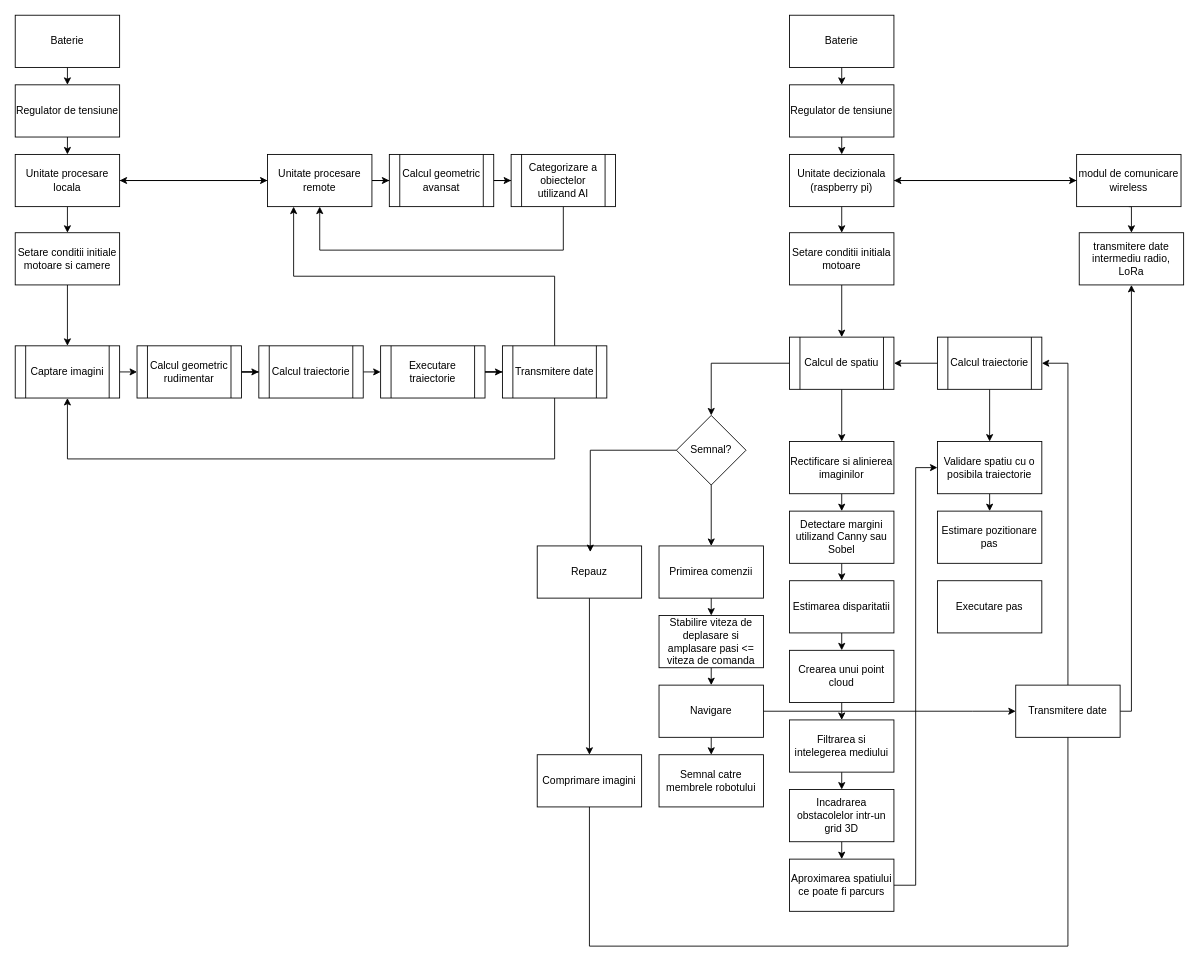
The draw.io diagram schema-concept.drawio in PumpKPie/quadruped-development, before the edit. Source tidied: cells renumbered, new cells numbered last; positions are measured from the earlier drawing's top-left corner, leaving out a move shared by most shapes. Both pictures are drawn from the tidied source at 87%, with x=0, y=0 at pixel (15, 15).
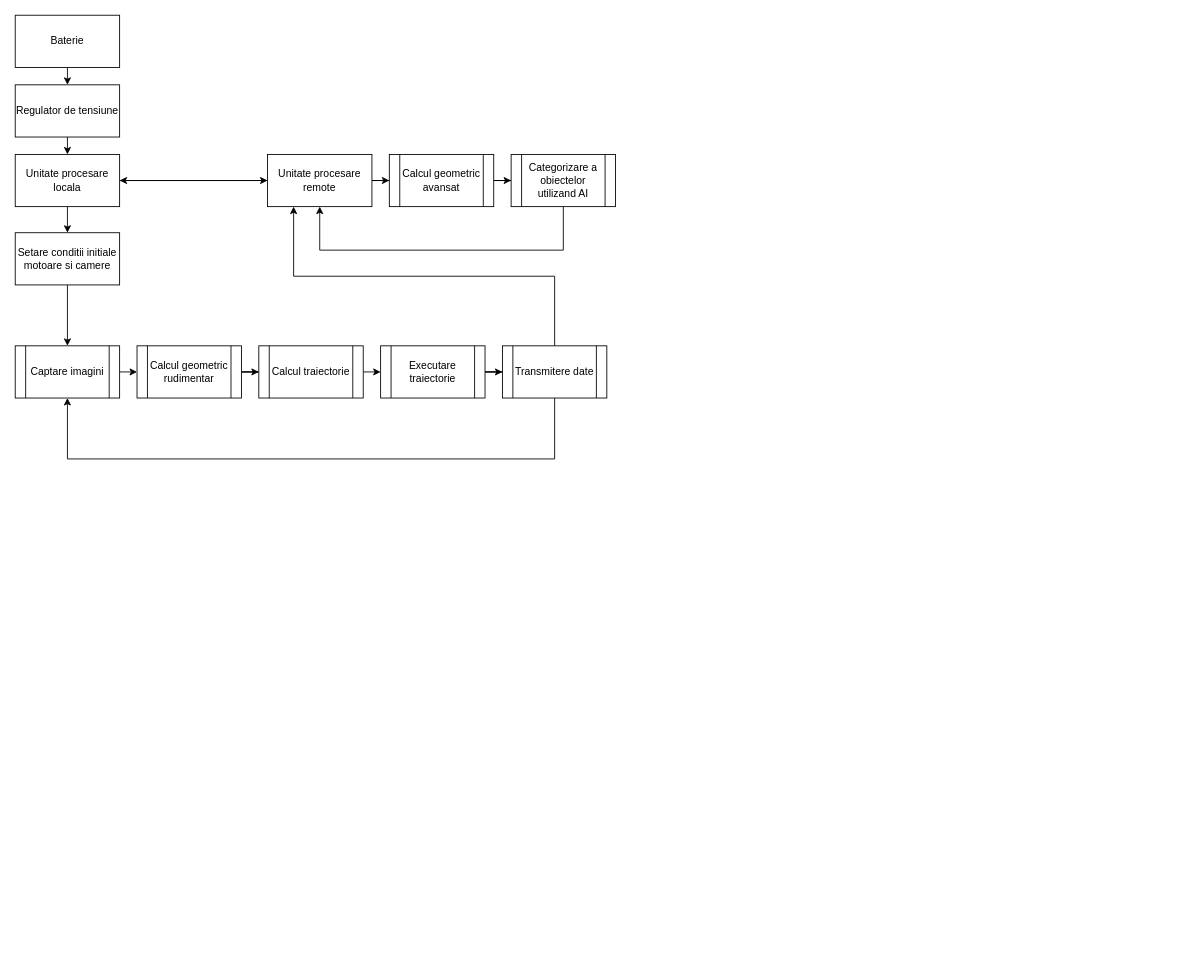
The same diagram, later.

What changed in the source:
```diff
@@
-    <mxCell id="2" style="edgeStyle=orthogonalEdgeStyle;rounded=0;jettySize=auto;html=1;exitX=0.5;exitY=1;exitDx=0;exitDy=0;entryX=0.5;entryY=0;entryDx=0;entryDy=0;" parent="1" edge="1" source="4" target="43">
-      <mxGeometry relative="1" as="geometry" />
-    </mxCell>
-    <mxCell id="3" style="edgeStyle=orthogonalEdgeStyle;rounded=0;jettySize=auto;html=1;exitX=1;exitY=0.5;exitDx=0;exitDy=0;entryX=0;entryY=0.5;entryDx=0;entryDy=0;" parent="1" edge="1" source="4" target="36">
-      <mxGeometry relative="1" as="geometry" />
-    </mxCell>
-    <mxCell id="4" value="Unitate decizionala (raspberry pi)" style="rounded=0;whiteSpace=wrap;html=1;" parent="1" vertex="1">
-      <mxGeometry x="890" y="160" width="120" height="60" as="geometry" />
-    </mxCell>
-    <mxCell id="5" style="edgeStyle=orthogonalEdgeStyle;rounded=0;jettySize=auto;html=1;exitX=0.5;exitY=1;exitDx=0;exitDy=0;entryX=0.5;entryY=0;entryDx=0;entryDy=0;" parent="1" edge="1" source="6" target="8">
-      <mxGeometry relative="1" as="geometry" />
-    </mxCell>
-    <mxCell id="6" value="Rectificare si alinierea imaginilor" style="rounded=0;whiteSpace=wrap;html=1;" parent="1" vertex="1">
-      <mxGeometry x="890" y="490" width="120" height="60" as="geometry" />
-    </mxCell>
-    <mxCell id="7" style="edgeStyle=orthogonalEdgeStyle;rounded=0;jettySize=auto;html=1;exitX=0.5;exitY=1;exitDx=0;exitDy=0;entryX=0.5;entryY=0;entryDx=0;entryDy=0;" parent="1" edge="1" source="8" target="10">
-      <mxGeometry relative="1" as="geometry" />
-    </mxCell>
-    <mxCell id="8" value="Detectare margini utilizand Canny sau Sobel" style="rounded=0;whiteSpace=wrap;html=1;" parent="1" vertex="1">
-      <mxGeometry x="890" y="570" width="120" height="60" as="geometry" />
-    </mxCell>
-    <mxCell id="9" style="edgeStyle=orthogonalEdgeStyle;rounded=0;jettySize=auto;html=1;exitX=0.5;exitY=1;exitDx=0;exitDy=0;entryX=0.5;entryY=0;entryDx=0;entryDy=0;" parent="1" edge="1" source="10" target="12">
-      <mxGeometry relative="1" as="geometry" />
-    </mxCell>
-    <mxCell id="10" value="Estimarea disparitatii" style="rounded=0;whiteSpace=wrap;html=1;" parent="1" vertex="1">
-      <mxGeometry x="890" y="650" width="120" height="60" as="geometry" />
-    </mxCell>
-    <mxCell id="11" style="edgeStyle=orthogonalEdgeStyle;rounded=0;jettySize=auto;html=1;exitX=0.5;exitY=1;exitDx=0;exitDy=0;entryX=0.5;entryY=0;entryDx=0;entryDy=0;" parent="1" edge="1" source="12" target="14">
-      <mxGeometry relative="1" as="geometry" />
-    </mxCell>
-    <mxCell id="12" value="Crearea unui point cloud" style="rounded=0;whiteSpace=wrap;html=1;" parent="1" vertex="1">
-      <mxGeometry x="890" y="730" width="120" height="60" as="geometry" />
-    </mxCell>
-    <mxCell id="13" style="edgeStyle=orthogonalEdgeStyle;rounded=0;jettySize=auto;html=1;exitX=0.5;exitY=1;exitDx=0;exitDy=0;entryX=0.5;entryY=0;entryDx=0;entryDy=0;" parent="1" edge="1" source="14" target="16">
-      <mxGeometry relative="1" as="geometry" />
-    </mxCell>
-    <mxCell id="14" value="Filtrarea si intelegerea mediului" style="rounded=0;whiteSpace=wrap;html=1;" parent="1" vertex="1">
-      <mxGeometry x="890" y="810" width="120" height="60" as="geometry" />
-    </mxCell>
-    <mxCell id="15" style="edgeStyle=orthogonalEdgeStyle;rounded=0;jettySize=auto;html=1;exitX=0.5;exitY=1;exitDx=0;exitDy=0;entryX=0.5;entryY=0;entryDx=0;entryDy=0;" parent="1" edge="1" source="16" target="18">
-      <mxGeometry relative="1" as="geometry" />
-    </mxCell>
-    <mxCell id="16" value="Incadrarea obstacolelor intr-un grid 3D" style="rounded=0;whiteSpace=wrap;html=1;" parent="1" vertex="1">
-      <mxGeometry x="890" y="890" width="120" height="60" as="geometry" />
-    </mxCell>
-    <mxCell id="17" style="edgeStyle=orthogonalEdgeStyle;rounded=0;jettySize=auto;html=1;exitX=1;exitY=0.5;exitDx=0;exitDy=0;entryX=0;entryY=0.5;entryDx=0;entryDy=0;" parent="1" edge="1" source="18" target="54">
-      <mxGeometry relative="1" as="geometry" />
-    </mxCell>
-    <mxCell id="18" value="Aproximarea spatiului ce poate fi parcurs" style="rounded=0;whiteSpace=wrap;html=1;" parent="1" vertex="1">
-      <mxGeometry x="890" y="970" width="120" height="60" as="geometry" />
-    </mxCell>
-    <mxCell id="19" style="edgeStyle=orthogonalEdgeStyle;rounded=0;jettySize=auto;html=1;exitX=0.5;exitY=1;exitDx=0;exitDy=0;entryX=0.5;entryY=0;entryDx=0;entryDy=0;" parent="1" edge="1" source="20" target="41">
-      <mxGeometry relative="1" as="geometry" />
-    </mxCell>
-    <mxCell id="20" value="Primirea comenzii" style="rounded=0;whiteSpace=wrap;html=1;" parent="1" vertex="1">
-      <mxGeometry x="740" y="610" width="120" height="60" as="geometry" />
-    </mxCell>
-    <mxCell id="21" style="edgeStyle=orthogonalEdgeStyle;rounded=0;jettySize=auto;html=1;exitX=0.5;exitY=1;exitDx=0;exitDy=0;entryX=0.5;entryY=0;entryDx=0;entryDy=0;" parent="1" edge="1" source="23" target="24">
-      <mxGeometry relative="1" as="geometry" />
-    </mxCell>
-    <mxCell id="22" style="edgeStyle=orthogonalEdgeStyle;rounded=0;jettySize=auto;html=1;exitX=1;exitY=0.5;exitDx=0;exitDy=0;entryX=0;entryY=0.5;entryDx=0;entryDy=0;" parent="1" edge="1" source="23" target="46">
-      <mxGeometry relative="1" as="geometry">
-        <Array as="points">
-          <mxPoint x="1100" y="800" />
-          <mxPoint x="1100" y="800" />
-        </Array>
-      </mxGeometry>
-    </mxCell>
-    <mxCell id="23" value="Navigare" style="rounded=0;whiteSpace=wrap;html=1;" parent="1" vertex="1">
-      <mxGeometry x="740" y="770" width="120" height="60" as="geometry" />
-    </mxCell>
-    <mxCell id="24" value="Semnal catre membrele robotului" style="rounded=0;whiteSpace=wrap;html=1;" parent="1" vertex="1">
-      <mxGeometry x="740" y="850" width="120" height="60" as="geometry" />
-    </mxCell>
-    <mxCell id="25" style="edgeStyle=orthogonalEdgeStyle;rounded=0;jettySize=auto;html=1;exitX=0.5;exitY=1;exitDx=0;exitDy=0;entryX=0.5;entryY=0;entryDx=0;entryDy=0;" parent="1" edge="1" source="26" target="20">
-      <mxGeometry relative="1" as="geometry" />
-    </mxCell>
-    <mxCell id="26" value="Semnal?" style="rhombus;whiteSpace=wrap;html=1;" parent="1" vertex="1">
-      <mxGeometry x="760" y="460" width="80" height="80" as="geometry" />
-    </mxCell>
-    <mxCell id="27" style="edgeStyle=orthogonalEdgeStyle;rounded=0;jettySize=auto;html=1;exitX=0.5;exitY=1;exitDx=0;exitDy=0;entryX=0.5;entryY=0;entryDx=0;entryDy=0;" parent="1" edge="1" source="28" target="31">
-      <mxGeometry relative="1" as="geometry" />
-    </mxCell>
-    <mxCell id="28" value="Repauz" style="rounded=0;whiteSpace=wrap;html=1;" parent="1" vertex="1">
-      <mxGeometry x="600" y="610" width="120" height="60" as="geometry" />
-    </mxCell>
-    <mxCell id="29" style="edgeStyle=orthogonalEdgeStyle;rounded=0;jettySize=auto;html=1;exitX=0;exitY=0.5;exitDx=0;exitDy=0;entryX=0.508;entryY=0.117;entryDx=0;entryDy=0;entryPerimeter=0;" parent="1" edge="1" source="26" target="28">
-      <mxGeometry relative="1" as="geometry" />
+    <mxCell id="29" style="edgeStyle=orthogonalEdgeStyle;rounded=0;orthogonalLoop=1;jettySize=auto;html=1;exitX=0;exitY=0.5;exitDx=0;exitDy=0;entryX=0.508;entryY=0.117;entryDx=0;entryDy=0;entryPerimeter=0;" parent="1" edge="1">
+      <mxGeometry relative="1" as="geometry">
+        <mxPoint x="90" y="480" as="sourcePoint" />
+      </mxGeometry>
     </mxCell>
-    <mxCell id="30" style="edgeStyle=orthogonalEdgeStyle;rounded=0;orthogonalLoop=1;jettySize=auto;html=1;exitX=0.5;exitY=1;exitDx=0;exitDy=0;entryX=0.5;entryY=1;entryDx=0;entryDy=0;" parent="1" edge="1">
-      <mxGeometry relative="1" as="geometry">
-        <mxPoint x="660" y="880" as="sourcePoint" />
-        <mxPoint x="1210" y="800" as="targetPoint" />
-        <Array as="points">
-          <mxPoint x="660" y="1070" />
-          <mxPoint x="1210" y="1070" />
-        </Array>
-      </mxGeometry>
-    </mxCell>
-    <mxCell id="31" value="Comprimare imagini" style="rounded=0;whiteSpace=wrap;html=1;" parent="1" vertex="1">
-      <mxGeometry x="600" y="850" width="120" height="60" as="geometry" />
-    </mxCell>
-    <mxCell id="32" style="edgeStyle=orthogonalEdgeStyle;rounded=0;jettySize=auto;html=1;exitX=0.5;exitY=1;exitDx=0;exitDy=0;entryX=0.5;entryY=0;entryDx=0;entryDy=0;" parent="1" edge="1" source="33" target="38">
-      <mxGeometry relative="1" as="geometry" />
-    </mxCell>
-    <mxCell id="33" value="Baterie" style="rounded=0;whiteSpace=wrap;html=1;" parent="1" vertex="1">
-      <mxGeometry x="890" width="120" height="60" as="geometry" />
-    </mxCell>
-    <mxCell id="34" style="edgeStyle=orthogonalEdgeStyle;rounded=0;jettySize=auto;html=1;exitX=0.5;exitY=1;exitDx=0;exitDy=0;entryX=0.5;entryY=0;entryDx=0;entryDy=0;" parent="1" edge="1" source="36" target="39">
-      <mxGeometry relative="1" as="geometry" />
-    </mxCell>
-    <mxCell id="35" style="edgeStyle=orthogonalEdgeStyle;rounded=0;jettySize=auto;html=1;exitX=0;exitY=0.5;exitDx=0;exitDy=0;entryX=1;entryY=0.5;entryDx=0;entryDy=0;" parent="1" edge="1" source="36" target="4">
-      <mxGeometry relative="1" as="geometry" />
-    </mxCell>
-    <mxCell id="36" value="modul de comunicare wireless" style="rounded=0;whiteSpace=wrap;html=1;" parent="1" vertex="1">
-      <mxGeometry x="1220" y="160" width="120" height="60" as="geometry" />
-    </mxCell>
-    <mxCell id="37" style="edgeStyle=orthogonalEdgeStyle;rounded=0;jettySize=auto;html=1;exitX=0.5;exitY=1;exitDx=0;exitDy=0;entryX=0.5;entryY=0;entryDx=0;entryDy=0;" parent="1" edge="1" source="38" target="4">
-      <mxGeometry relative="1" as="geometry" />
-    </mxCell>
-    <mxCell id="38" value="Regulator de tensiune" style="rounded=0;whiteSpace=wrap;html=1;" parent="1" vertex="1">
-      <mxGeometry x="890" y="80" width="120" height="60" as="geometry" />
-    </mxCell>
-    <mxCell id="39" value="transmitere date intermediu radio, LoRa" style="rounded=0;whiteSpace=wrap;html=1;" parent="1" vertex="1">
-      <mxGeometry x="1223" y="250" width="120" height="60" as="geometry" />
-    </mxCell>
-    <mxCell id="40" style="edgeStyle=orthogonalEdgeStyle;rounded=0;jettySize=auto;html=1;exitX=0.5;exitY=1;exitDx=0;exitDy=0;entryX=0.5;entryY=0;entryDx=0;entryDy=0;" parent="1" edge="1" source="41" target="23">
-      <mxGeometry relative="1" as="geometry" />
-    </mxCell>
-    <mxCell id="41" value="Stabilire viteza de deplasare si amplasare pasi &amp;lt;= viteza de comanda" style="rounded=0;whiteSpace=wrap;html=1;" parent="1" vertex="1">
-      <mxGeometry x="740" y="690" width="120" height="60" as="geometry" />
-    </mxCell>
-    <mxCell id="42" style="edgeStyle=orthogonalEdgeStyle;rounded=0;jettySize=auto;html=1;exitX=0.5;exitY=1;exitDx=0;exitDy=0;entryX=0.5;entryY=0;entryDx=0;entryDy=0;" parent="1" edge="1" source="43" target="52">
-      <mxGeometry relative="1" as="geometry" />
-    </mxCell>
-    <mxCell id="43" value="Setare conditii initiala motoare" style="rounded=0;whiteSpace=wrap;html=1;" parent="1" vertex="1">
-      <mxGeometry x="890" y="250" width="120" height="60" as="geometry" />
-    </mxCell>
-    <mxCell id="44" style="edgeStyle=orthogonalEdgeStyle;rounded=0;jettySize=auto;html=1;exitX=0.5;exitY=0;exitDx=0;exitDy=0;entryX=1;entryY=0.5;entryDx=0;entryDy=0;" parent="1" edge="1" source="46" target="49">
-      <mxGeometry relative="1" as="geometry">
-        <Array as="points">
-          <mxPoint x="1210" y="400" />
-        </Array>
-      </mxGeometry>
-    </mxCell>
-    <mxCell id="45" style="edgeStyle=orthogonalEdgeStyle;rounded=0;jettySize=auto;html=1;exitX=1;exitY=0.5;exitDx=0;exitDy=0;entryX=0.5;entryY=1;entryDx=0;entryDy=0;" parent="1" edge="1" source="46" target="39">
-      <mxGeometry relative="1" as="geometry">
-        <Array as="points">
-          <mxPoint x="1283" y="800" />
-        </Array>
-      </mxGeometry>
-    </mxCell>
-    <mxCell id="46" value="Transmitere date" style="rounded=0;whiteSpace=wrap;html=1;" parent="1" vertex="1">
-      <mxGeometry x="1150" y="770" width="120" height="60" as="geometry" />
-    </mxCell>
-    <mxCell id="47" style="edgeStyle=orthogonalEdgeStyle;rounded=0;jettySize=auto;html=1;exitX=0;exitY=0.5;exitDx=0;exitDy=0;entryX=1;entryY=0.5;entryDx=0;entryDy=0;" parent="1" edge="1" source="49" target="52">
-      <mxGeometry relative="1" as="geometry" />
-    </mxCell>
-    <mxCell id="48" style="edgeStyle=orthogonalEdgeStyle;rounded=0;jettySize=auto;html=1;exitX=0.5;exitY=1;exitDx=0;exitDy=0;entryX=0.5;entryY=0;entryDx=0;entryDy=0;" parent="1" edge="1" source="49" target="54">
-      <mxGeometry relative="1" as="geometry" />
-    </mxCell>
-    <mxCell id="49" value="Calcul traiectorie" style="shape=process;whiteSpace=wrap;html=1;backgroundOutline=1;" parent="1" vertex="1">
-      <mxGeometry x="1060" y="370" width="120" height="60" as="geometry" />
-    </mxCell>
-    <mxCell id="50" style="edgeStyle=orthogonalEdgeStyle;rounded=0;jettySize=auto;html=1;exitX=0.5;exitY=1;exitDx=0;exitDy=0;entryX=0.5;entryY=0;entryDx=0;entryDy=0;" parent="1" edge="1" source="52" target="6">
-      <mxGeometry relative="1" as="geometry" />
-    </mxCell>
-    <mxCell id="51" style="edgeStyle=orthogonalEdgeStyle;rounded=0;jettySize=auto;html=1;exitX=0;exitY=0.5;exitDx=0;exitDy=0;entryX=0.5;entryY=0;entryDx=0;entryDy=0;" parent="1" edge="1" source="52" target="26">
-      <mxGeometry relative="1" as="geometry" />
-    </mxCell>
-    <mxCell id="52" value="Calcul de spatiu" style="shape=process;whiteSpace=wrap;html=1;backgroundOutline=1;" parent="1" vertex="1">
-      <mxGeometry x="890" y="370" width="120" height="60" as="geometry" />
-    </mxCell>
-    <mxCell id="53" style="edgeStyle=orthogonalEdgeStyle;rounded=0;jettySize=auto;html=1;exitX=0.5;exitY=1;exitDx=0;exitDy=0;entryX=0.5;entryY=0;entryDx=0;entryDy=0;" parent="1" edge="1" source="54" target="55">
-      <mxGeometry relative="1" as="geometry" />
-    </mxCell>
-    <mxCell id="54" value="Validare spatiu cu o posibila traiectorie" style="rounded=0;whiteSpace=wrap;html=1;" parent="1" vertex="1">
-      <mxGeometry x="1060" y="490" width="120" height="60" as="geometry" />
-    </mxCell>
-    <mxCell id="55" value="Estimare pozitionare pas" style="rounded=0;whiteSpace=wrap;html=1;" parent="1" vertex="1">
-      <mxGeometry x="1060" y="570" width="120" height="60" as="geometry" />
-    </mxCell>
-    <mxCell id="56" value="Executare pas" style="rounded=0;whiteSpace=wrap;html=1;" parent="1" vertex="1">
-      <mxGeometry x="1060" y="650" width="120" height="60" as="geometry" />
-    </mxCell>
```
